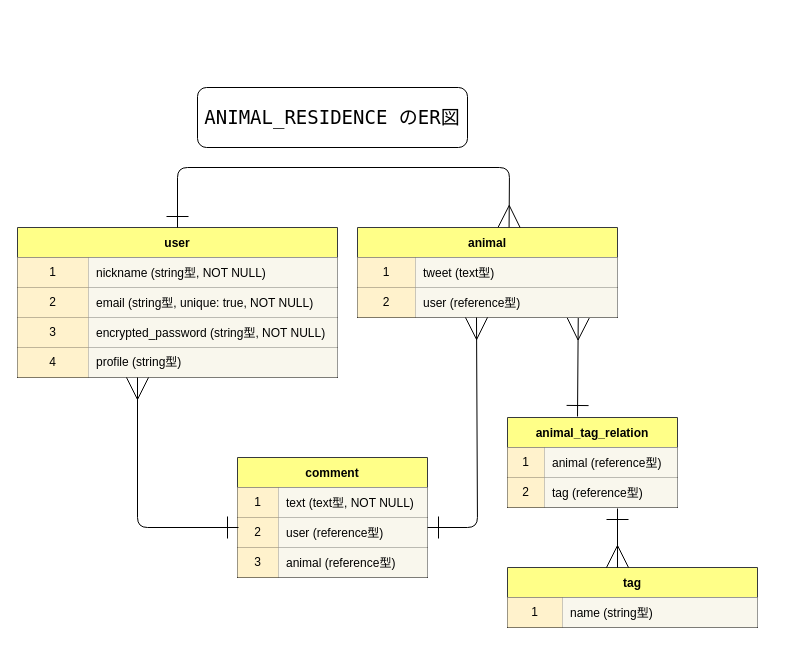
oisiibutaniku/animal_residence keeps this draw.io diagram as ANIMAL_RESIDENCE.dio. Above is the earlier version. Source tidied: cells renumbered, new cells numbered last; positions are measured from the earlier drawing's top-left corner, leaving out a move shared by most shapes. Both pictures are drawn from the tidied source at 100%, with x=0, y=0 at pixel (17, 87).
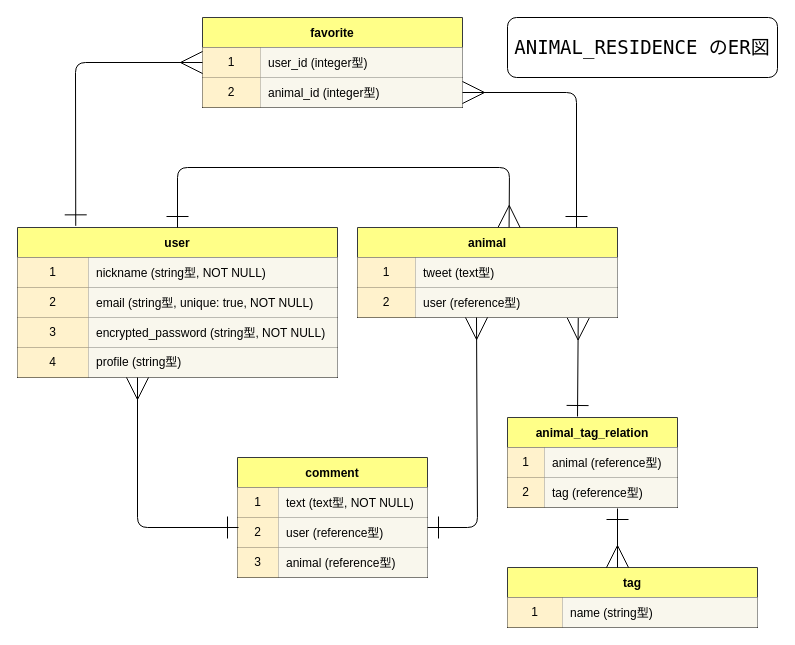
The same page after the edit.

Unchanged cells that the change refers to:
```xml
<mxCell id="3" value="user" style="shape=table;startSize=30;childLayout=tableLayout;rowLines=0;fontStyle=1;align=center;strokeColor=#36393d;labelBackgroundColor=none;fillColor=#ffff88;" parent="1" vertex="1">
  <mxGeometry y="140" width="320" height="150" as="geometry" />
</mxCell>
```

The edit, as a diff of the source:
```diff
@@
     <mxCell id="2" value="&lt;h3 style=&quot;font-family: &amp;#34;menlo&amp;#34; , &amp;#34;monaco&amp;#34; , &amp;#34;courier new&amp;#34; , monospace ; line-height: 18px&quot;&gt;&lt;font style=&quot;font-weight: normal ; font-size: 19px&quot;&gt;ANIMAL_RESIDENCE のER図&lt;/font&gt;&lt;/h3&gt;" style="rounded=1;whiteSpace=wrap;html=1;align=center;" parent="1" vertex="1">
-      <mxGeometry x="180" width="270" height="60" as="geometry" />
+      <mxGeometry x="490" y="-70" width="270" height="60" as="geometry" />
     </mxCell>
@@
+    <mxCell id="49" value="favorite" style="shape=table;startSize=30;childLayout=tableLayout;rowLines=0;fontStyle=1;align=center;strokeColor=#36393d;labelBackgroundColor=none;fillColor=#ffff88;" parent="1" vertex="1">
+      <mxGeometry x="185" y="-70" width="260" height="90" as="geometry" />
+    </mxCell>
+    <mxCell id="50" style="shape=partialRectangle;html=1;whiteSpace=wrap;fillColor=none;top=0;left=0;bottom=1;right=0;points=[[0,0.5],[1,0.5]];portConstraint=eastwest;" parent="49" vertex="1">
+      <mxGeometry y="30" width="260" height="30" as="geometry" />
+    </mxCell>
+    <mxCell id="51" value="1" style="shape=partialRectangle;html=1;whiteSpace=wrap;fillColor=#fff2cc;top=0;left=0;bottom=0;right=0;overflow=hidden;strokeColor=#d6b656;" parent="50" vertex="1">
+      <mxGeometry width="58" height="30" as="geometry" />
+    </mxCell>
+    <mxCell id="52" value="&lt;div style=&quot;line-height: 18px&quot;&gt;&lt;span style=&quot;text-align: center&quot;&gt;user_id (integer型)&lt;/span&gt;&lt;br&gt;&lt;/div&gt;" style="shape=partialRectangle;html=1;whiteSpace=wrap;fillColor=#f9f7ed;top=0;left=0;bottom=0;right=0;align=left;spacingLeft=6;overflow=hidden;strokeColor=#36393d;" parent="50" vertex="1">
+      <mxGeometry x="58" width="202" height="30" as="geometry" />
+    </mxCell>
+    <mxCell id="53" style="shape=partialRectangle;html=1;whiteSpace=wrap;fillColor=none;top=0;left=0;bottom=1;right=0;points=[[0,0.5],[1,0.5]];portConstraint=eastwest;" parent="49" vertex="1">
+      <mxGeometry y="60" width="260" height="30" as="geometry" />
+    </mxCell>
+    <mxCell id="54" value="2" style="shape=partialRectangle;html=1;whiteSpace=wrap;fillColor=#fff2cc;top=0;left=0;bottom=0;right=0;overflow=hidden;strokeColor=#d6b656;" parent="53" vertex="1">
+      <mxGeometry width="58" height="30" as="geometry" />
+    </mxCell>
+    <mxCell id="55" value="&lt;div style=&quot;line-height: 18px&quot;&gt;animal_id (integer型)&lt;/div&gt;" style="shape=partialRectangle;html=1;whiteSpace=wrap;fillColor=#f9f7ed;top=0;left=0;bottom=0;right=0;align=left;spacingLeft=6;overflow=hidden;strokeColor=#36393d;" parent="53" vertex="1">
+      <mxGeometry x="58" width="202" height="30" as="geometry" />
+    </mxCell>
+    <mxCell id="56" style="endArrow=ERmany;html=1;entryX=0;entryY=0.5;entryDx=0;entryDy=0;exitX=0.182;exitY=-0.011;exitDx=0;exitDy=0;exitPerimeter=0;endSize=20;startSize=20;endFill=0;startArrow=ERone;startFill=0;" parent="1" edge="1" source="3" target="50">
+      <mxGeometry relative="1" as="geometry">
+        <Array as="points">
+          <mxPoint x="58" y="-25" />
+        </Array>
+      </mxGeometry>
+    </mxCell>
+    <mxCell id="57" style="endArrow=ERmany;html=1;entryX=1;entryY=0.5;entryDx=0;entryDy=0;endFill=0;endSize=20;startSize=20;startArrow=ERone;startFill=0;" parent="1" edge="1" target="53">
+      <mxGeometry relative="1" as="geometry">
+        <mxPoint x="559" y="140" as="sourcePoint" />
+        <Array as="points">
+          <mxPoint x="559" y="5" />
+        </Array>
+      </mxGeometry>
+    </mxCell>
```
